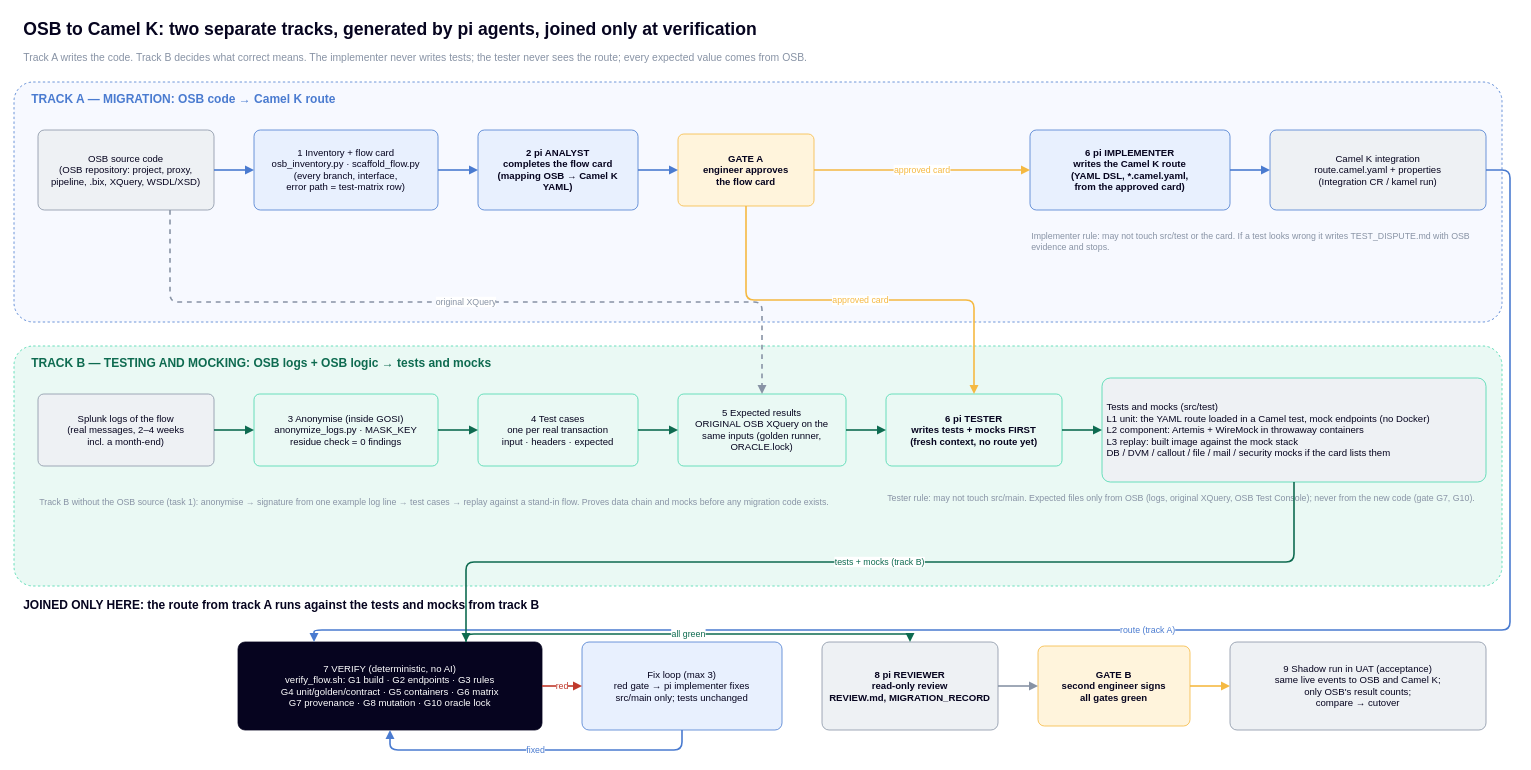
The draw.io diagram P1/vdi-osb-migration/docs/OSB_CamelK_Workflow.drawio in PawelWaj/Projects, before the edit. Source tidied: cells renumbered, new cells numbered last; positions are measured from the earlier drawing's top-left corner, leaving out a move shared by most shapes. Both pictures are drawn from the tidied source at 80%, with x=0, y=0 at pixel (14, 14).
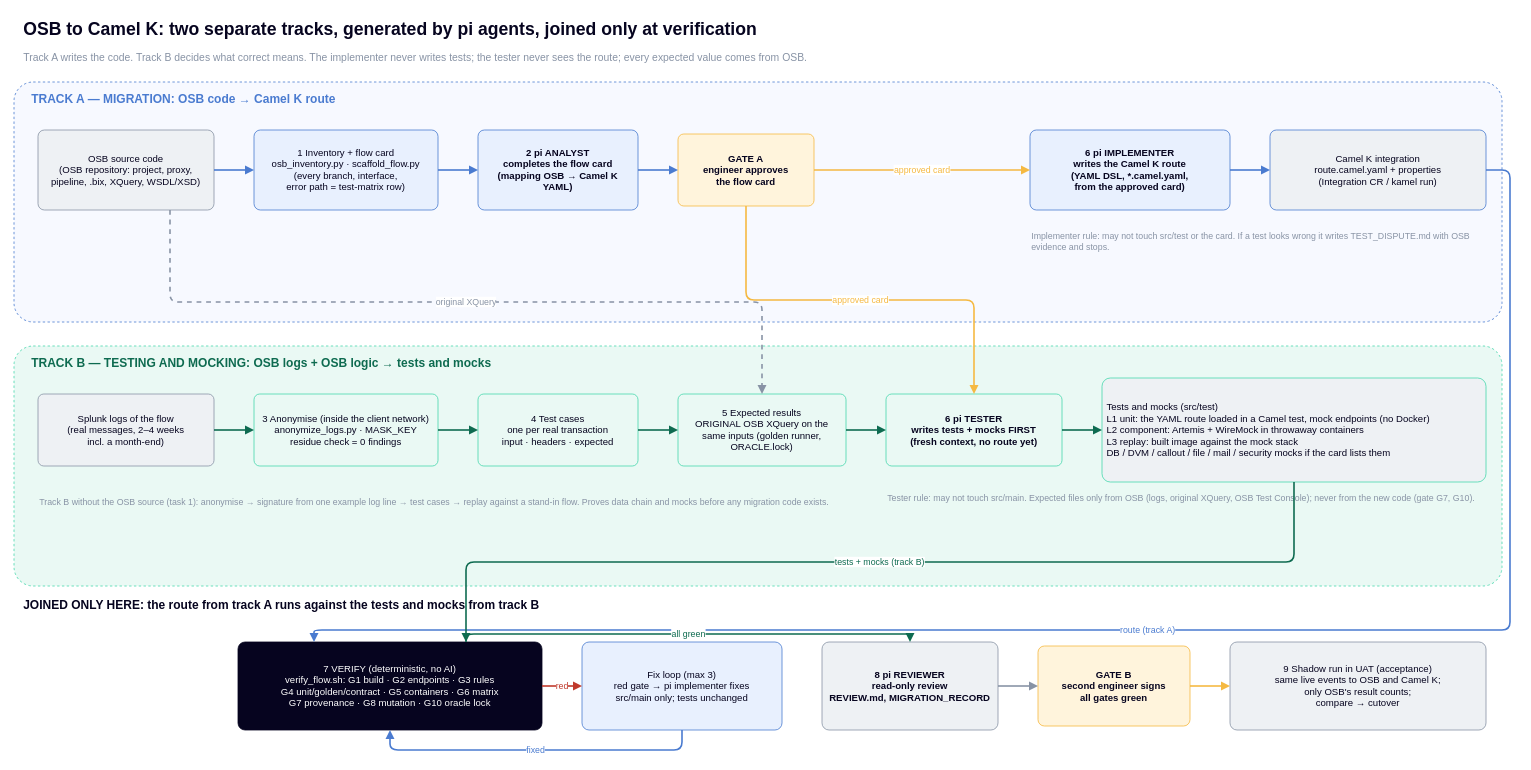
The same page after the edit.

Diff of the diagram source:
```diff
@@
-    <mxCell id="16" value="3 Anonymise (inside GOSI)&#10;anonymize_logs.py · MASK_KEY&#10;residue check = 0 findings" style="rounded=1;whiteSpace=wrap;html=1;fillColor=#EAF9F4;strokeColor=#47D7AC;fontColor=#06041F;fontSize=12;fontStyle=0;arcSize=8;dashed=0;align=center;verticalAlign=middle;spacing=6;" parent="1" vertex="1">
+    <mxCell id="16" value="3 Anonymise (inside the client network)&#10;anonymize_logs.py · MASK_KEY&#10;residue check = 0 findings" style="rounded=1;whiteSpace=wrap;html=1;fillColor=#EAF9F4;strokeColor=#47D7AC;fontColor=#06041F;fontSize=12;fontStyle=0;arcSize=8;dashed=0;align=center;verticalAlign=middle;spacing=6;" parent="1" vertex="1">
       <mxGeometry x="300" y="475" width="230" height="90" as="geometry" />
     </mxCell>
```
